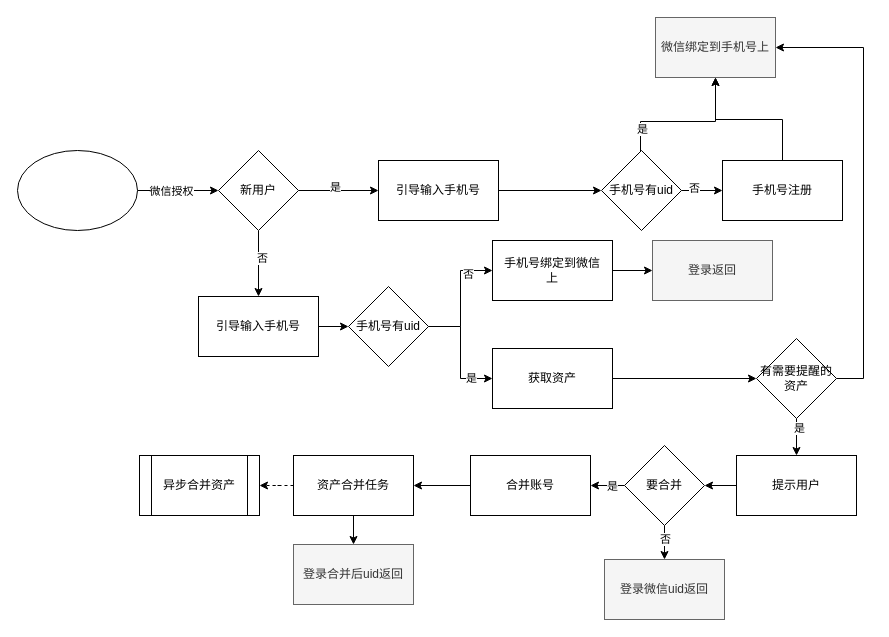
Above: page "账号合并逻辑" (10 of 11) of test.drawio in joeytang/imgs (draw.io), before the change. Source tidied: cells renumbered, new cells numbered last; positions are measured from the earlier drawing's top-left corner, leaving out a move shared by most shapes. Both pictures are drawn from the tidied source at 100%, with x=0, y=0 at pixel (17, 17).
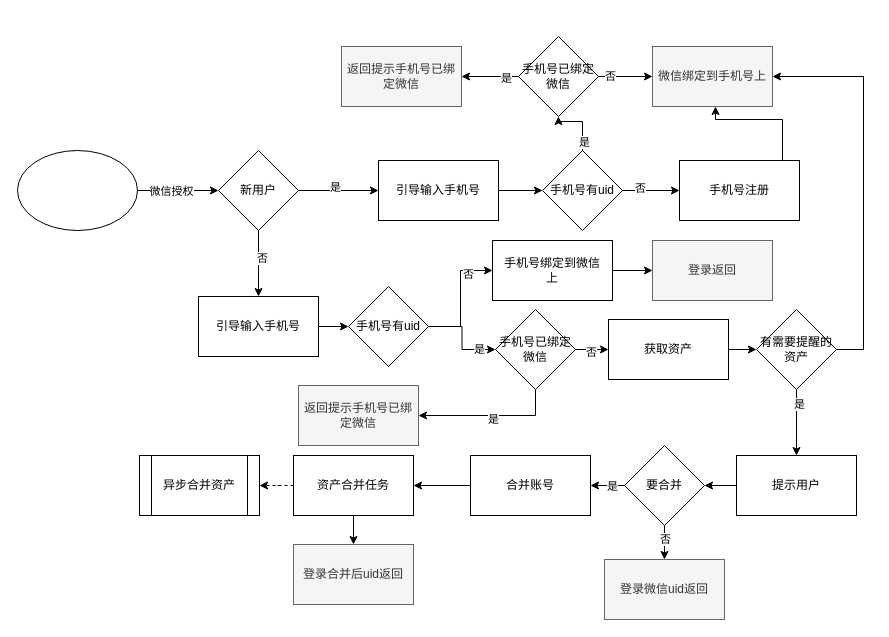
After the change.

The change refers to these unchanged cells:
```xml
<mxCell id="26" value="手机号有uid" style="rhombus;whiteSpace=wrap;html=1;align=center;" parent="1" vertex="1">
  <mxGeometry x="331" y="269" width="80" height="80" as="geometry" />
</mxCell>
```

What changed in the source:
```diff
@@
-    <mxCell id="14" style="edgeStyle=orthogonalEdgeStyle;rounded=0;jettySize=auto;html=1;" parent="1" edge="1" source="16" target="19">
+    <mxCell id="14" style="edgeStyle=orthogonalEdgeStyle;rounded=0;jettySize=auto;html=1;" parent="1" edge="1" source="16" target="55">
       <mxGeometry relative="1" as="geometry">
         <Array as="points">
-          <mxPoint x="623" y="104" />
-          <mxPoint x="698" y="104" />
+          <mxPoint x="565" y="104" />
+          <mxPoint x="541" y="104" />
         </Array>
       </mxGeometry>
     </mxCell>
@@
     <mxCell id="16" value="手机号有uid" style="rhombus;whiteSpace=wrap;html=1;align=center;" parent="1" vertex="1">
-      <mxGeometry x="584" y="133" width="80" height="80" as="geometry" />
+      <mxGeometry x="525" y="133" width="80" height="80" as="geometry" />
     </mxCell>
@@
     <mxCell id="18" value="手机号注册" style="rounded=0;whiteSpace=wrap;html=1;align=center;" parent="1" vertex="1">
-      <mxGeometry x="705" y="143" width="120" height="60" as="geometry" />
+      <mxGeometry x="662" y="143" width="120" height="60" as="geometry" />
     </mxCell>
     <mxCell id="19" value="微信绑定到手机号上" style="rounded=0;whiteSpace=wrap;html=1;align=center;fillColor=#f5f5f5;strokeColor=#666666;fontColor=#333333;" parent="1" vertex="1">
-      <mxGeometry x="638" width="120" height="60" as="geometry" />
+      <mxGeometry x="635" y="29" width="120" height="60" as="geometry" />
     </mxCell>
@@
-    <mxCell id="24" style="edgeStyle=orthogonalEdgeStyle;rounded=0;jettySize=auto;html=1;" parent="1" edge="1" source="26" target="31">
+    <mxCell id="24" style="edgeStyle=orthogonalEdgeStyle;rounded=0;jettySize=auto;html=1;" parent="1" edge="1" source="26" target="61">
       <mxGeometry relative="1" as="geometry" />
     </mxCell>
@@
     <mxCell id="31" value="获取资产" style="rounded=0;whiteSpace=wrap;html=1;align=center;" parent="1" vertex="1">
-      <mxGeometry x="475" y="331" width="120" height="60" as="geometry" />
+      <mxGeometry x="591" y="302" width="120" height="60" as="geometry" />
     </mxCell>
-    <mxCell id="32" style="edgeStyle=orthogonalEdgeStyle;rounded=0;jettySize=auto;html=1;entryX=1;entryY=0.5;entryDx=0;entryDy=0;" parent="1" edge="1" source="35" target="19">
+    <mxCell id="32" style="edgeStyle=orthogonalEdgeStyle;rounded=0;jettySize=auto;html=1;exitX=1;exitY=0.5;exitDx=0;exitDy=0;" parent="1" edge="1" source="35" target="19">
       <mxGeometry relative="1" as="geometry">
         <Array as="points">
-          <mxPoint x="846" y="361" />
-          <mxPoint x="846" y="30" />
+          <mxPoint x="846" y="332" />
+          <mxPoint x="846" y="59" />
         </Array>
       </mxGeometry>
     </mxCell>
@@
     <mxCell id="35" value="有需要提醒的资产" style="rhombus;whiteSpace=wrap;html=1;align=center;" parent="1" vertex="1">
-      <mxGeometry x="739" y="321" width="80" height="80" as="geometry" />
+      <mxGeometry x="739" y="292" width="80" height="80" as="geometry" />
     </mxCell>
@@
+    <mxCell id="51" style="edgeStyle=orthogonalEdgeStyle;rounded=0;jettySize=auto;html=1;" parent="1" edge="1" source="55" target="19">
+      <mxGeometry relative="1" as="geometry" />
+    </mxCell>
+    <mxCell id="52" value="否" style="edgeLabel;html=1;align=center;verticalAlign=middle;" parent="51" vertex="1">
+      <mxGeometry x="-0.6" y="1" relative="1" as="geometry" />
+    </mxCell>
+    <mxCell id="53" style="edgeStyle=orthogonalEdgeStyle;rounded=0;jettySize=auto;html=1;" parent="1" edge="1" source="55" target="56">
+      <mxGeometry relative="1" as="geometry" />
+    </mxCell>
+    <mxCell id="54" value="是" style="edgeLabel;html=1;align=center;verticalAlign=middle;" parent="53" vertex="1">
+      <mxGeometry x="-0.55" y="1" relative="1" as="geometry" />
+    </mxCell>
+    <mxCell id="55" value="手机号已绑定微信" style="rhombus;whiteSpace=wrap;html=1;align=center;" parent="1" vertex="1">
+      <mxGeometry x="501" y="19" width="80" height="80" as="geometry" />
+    </mxCell>
+    <mxCell id="56" value="返回提示手机号已绑定微信" style="rounded=0;whiteSpace=wrap;html=1;align=center;fillColor=#f5f5f5;strokeColor=#666666;fontColor=#333333;" parent="1" vertex="1">
+      <mxGeometry x="324" y="29" width="120" height="60" as="geometry" />
+    </mxCell>
+    <mxCell id="57" style="edgeStyle=orthogonalEdgeStyle;rounded=0;jettySize=auto;html=1;" parent="1" edge="1" source="61" target="31">
+      <mxGeometry relative="1" as="geometry" />
+    </mxCell>
+    <mxCell id="58" value="否" style="edgeLabel;html=1;align=center;verticalAlign=middle;" parent="57" vertex="1">
+      <mxGeometry x="0.02" y="1" relative="1" as="geometry">
+        <mxPoint x="-1" y="1" as="offset" />
+      </mxGeometry>
+    </mxCell>
+    <mxCell id="59" style="edgeStyle=orthogonalEdgeStyle;rounded=0;jettySize=auto;html=1;exitX=0.5;exitY=1;exitDx=0;exitDy=0;" parent="1" edge="1" source="61" target="62">
+      <mxGeometry relative="1" as="geometry" />
+    </mxCell>
+    <mxCell id="60" value="是" style="edgeLabel;html=1;align=center;verticalAlign=middle;" parent="59" vertex="1">
+      <mxGeometry x="-0.04" y="3" relative="1" as="geometry" />
+    </mxCell>
+    <mxCell id="61" value="手机号已绑定微信" style="rhombus;whiteSpace=wrap;html=1;align=center;" parent="1" vertex="1">
+      <mxGeometry x="478" y="292" width="80" height="80" as="geometry" />
+    </mxCell>
+    <mxCell id="62" value="返回提示手机号已绑定微信" style="rounded=0;whiteSpace=wrap;html=1;align=center;fillColor=#f5f5f5;strokeColor=#666666;fontColor=#333333;" parent="1" vertex="1">
+      <mxGeometry x="281" y="368" width="120" height="60" as="geometry" />
+    </mxCell>
```
